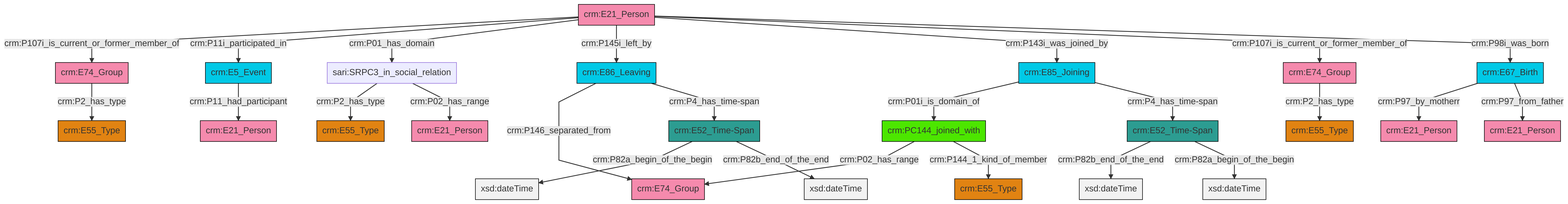
This is et/personCSV/ttl/mmd/png/Person_Actor_Relations.png from swiss-art-research-net/reference-data-models, a Mermaid export, as it was before one commit. Its source is kept beside it as et/personCSV/ttl/mmd/Person_Actor_Relations.ttl.mmd.
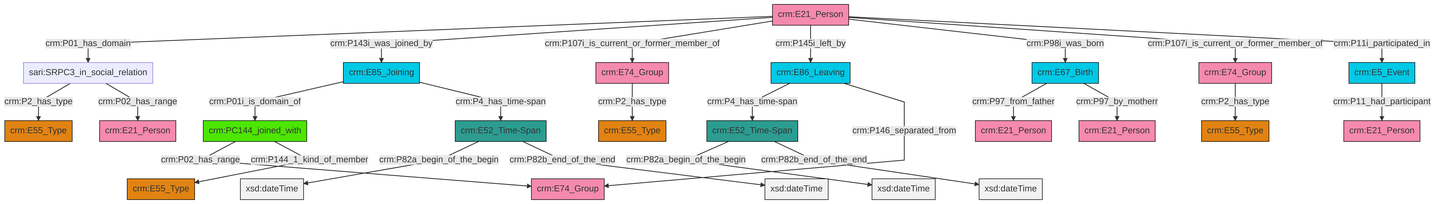
Above is the later version.

The edit, as a diff of the source:
```diff
@@ -13,27 +13,27 @@
 classDef PC_Classes fill:#4ce600, stroke:#000000;
 classDef Multi fill:#cccccc,stroke:#000000;
 
-0["sari:SRPC3_in_social_relation"]:::Default -->|crm:P2_has_type| 1["crm:E55_Type"]:::Type
-6["crm:E67_Birth"]:::Temporal_Entity -->|crm:P97_by_motherr| 2["crm:E21_Person"]:::Actor
-7["crm:E5_Event"]:::Temporal_Entity -->|crm:P11_had_participant| 8["crm:E21_Person"]:::Actor
-4["crm:E74_Group"]:::Actor -->|crm:P2_has_type| 11["crm:E55_Type"]:::Type
-12["crm:E21_Person"]:::Actor -->|crm:P107i_is_current_or_former_member_of| 4["crm:E74_Group"]:::Actor
-16["crm:E52_Time-Span"]:::Time-Span -->|crm:P82a_begin_of_the_begin| 17[xsd:dateTime]:::Literal
-18["crm:E86_Leaving"]:::Temporal_Entity -->|crm:P146_separated_from| 19["crm:E74_Group"]:::Actor
-12["crm:E21_Person"]:::Actor -->|crm:P11i_participated_in| 7["crm:E5_Event"]:::Temporal_Entity
-16["crm:E52_Time-Span"]:::Time-Span -->|crm:P82b_end_of_the_end| 23[xsd:dateTime]:::Literal
-14["crm:E74_Group"]:::Actor -->|crm:P2_has_type| 9["crm:E55_Type"]:::Type
-25["crm:PC144_joined_with"]:::PC_Classes -->|crm:P02_has_range| 19["crm:E74_Group"]:::Actor
-26["crm:E52_Time-Span"]:::Time-Span -->|crm:P82b_end_of_the_end| 32[xsd:dateTime]:::Literal
-12["crm:E21_Person"]:::Actor -->|crm:P01_has_domain| 0["sari:SRPC3_in_social_relation"]:::Default
-6["crm:E67_Birth"]:::Temporal_Entity -->|crm:P97_from_father| 30["crm:E21_Person"]:::Actor
-0["sari:SRPC3_in_social_relation"]:::Default -->|crm:P02_has_range| 33["crm:E21_Person"]:::Actor
-18["crm:E86_Leaving"]:::Temporal_Entity -->|crm:P4_has_time-span| 16["crm:E52_Time-Span"]:::Time-Span
-37["crm:E85_Joining"]:::Temporal_Entity -->|crm:P01i_is_domain_of| 25["crm:PC144_joined_with"]:::PC_Classes
-12["crm:E21_Person"]:::Actor -->|crm:P145i_left_by| 18["crm:E86_Leaving"]:::Temporal_Entity
-12["crm:E21_Person"]:::Actor -->|crm:P143i_was_joined_by| 37["crm:E85_Joining"]:::Temporal_Entity
-12["crm:E21_Person"]:::Actor -->|crm:P107i_is_current_or_former_member_of| 14["crm:E74_Group"]:::Actor
-37["crm:E85_Joining"]:::Temporal_Entity -->|crm:P4_has_time-span| 26["crm:E52_Time-Span"]:::Time-Span
-26["crm:E52_Time-Span"]:::Time-Span -->|crm:P82a_begin_of_the_begin| 46[xsd:dateTime]:::Literal
-12["crm:E21_Person"]:::Actor -->|crm:P98i_was_born| 6["crm:E67_Birth"]:::Temporal_Entity
-25["crm:PC144_joined_with"]:::PC_Classes -->|crm:P144_1_kind_of_member| 21["crm:E55_Type"]:::Type
+0["crm:E86_Leaving"]:::Temporal_Entity -->|crm:P4_has_time-span| 1["crm:E52_Time-Span"]:::Time-Span
+4["sari:SRPC3_in_social_relation"]:::Default -->|crm:P2_has_type| 5["crm:E55_Type"]:::Type
+6["crm:PC144_joined_with"]:::PC_Classes -->|crm:P02_has_range| 7["crm:E74_Group"]:::Actor
+12["crm:E85_Joining"]:::Temporal_Entity -->|crm:P01i_is_domain_of| 6["crm:PC144_joined_with"]:::PC_Classes
+13["crm:E21_Person"]:::Actor -->|crm:P01_has_domain| 4["sari:SRPC3_in_social_relation"]:::Default
+17["crm:E5_Event"]:::Temporal_Entity -->|crm:P11_had_participant| 18["crm:E21_Person"]:::Actor
+6["crm:PC144_joined_with"]:::PC_Classes -->|crm:P144_1_kind_of_member| 19["crm:E55_Type"]:::Type
+13["crm:E21_Person"]:::Actor -->|crm:P143i_was_joined_by| 12["crm:E85_Joining"]:::Temporal_Entity
+1["crm:E52_Time-Span"]:::Time-Span -->|crm:P82a_begin_of_the_begin| 22[xsd:dateTime]:::Literal
+13["crm:E21_Person"]:::Actor -->|crm:P107i_is_current_or_former_member_of| 23["crm:E74_Group"]:::Actor
+1["crm:E52_Time-Span"]:::Time-Span -->|crm:P82b_end_of_the_end| 24[xsd:dateTime]:::Literal
+26["crm:E67_Birth"]:::Temporal_Entity -->|crm:P97_from_father| 10["crm:E21_Person"]:::Actor
+26["crm:E67_Birth"]:::Temporal_Entity -->|crm:P97_by_motherr| 29["crm:E21_Person"]:::Actor
+13["crm:E21_Person"]:::Actor -->|crm:P145i_left_by| 0["crm:E86_Leaving"]:::Temporal_Entity
+12["crm:E85_Joining"]:::Temporal_Entity -->|crm:P4_has_time-span| 2["crm:E52_Time-Span"]:::Time-Span
+13["crm:E21_Person"]:::Actor -->|crm:P98i_was_born| 26["crm:E67_Birth"]:::Temporal_Entity
+2["crm:E52_Time-Span"]:::Time-Span -->|crm:P82a_begin_of_the_begin| 38[xsd:dateTime]:::Literal
+36["crm:E74_Group"]:::Actor -->|crm:P2_has_type| 14["crm:E55_Type"]:::Type
+0["crm:E86_Leaving"]:::Temporal_Entity -->|crm:P146_separated_from| 7["crm:E74_Group"]:::Actor
+4["sari:SRPC3_in_social_relation"]:::Default -->|crm:P02_has_range| 40["crm:E21_Person"]:::Actor
+2["crm:E52_Time-Span"]:::Time-Span -->|crm:P82b_end_of_the_end| 42[xsd:dateTime]:::Literal
+13["crm:E21_Person"]:::Actor -->|crm:P107i_is_current_or_former_member_of| 36["crm:E74_Group"]:::Actor
+13["crm:E21_Person"]:::Actor -->|crm:P11i_participated_in| 17["crm:E5_Event"]:::Temporal_Entity
+23["crm:E74_Group"]:::Actor -->|crm:P2_has_type| 20["crm:E55_Type"]:::Type
```
